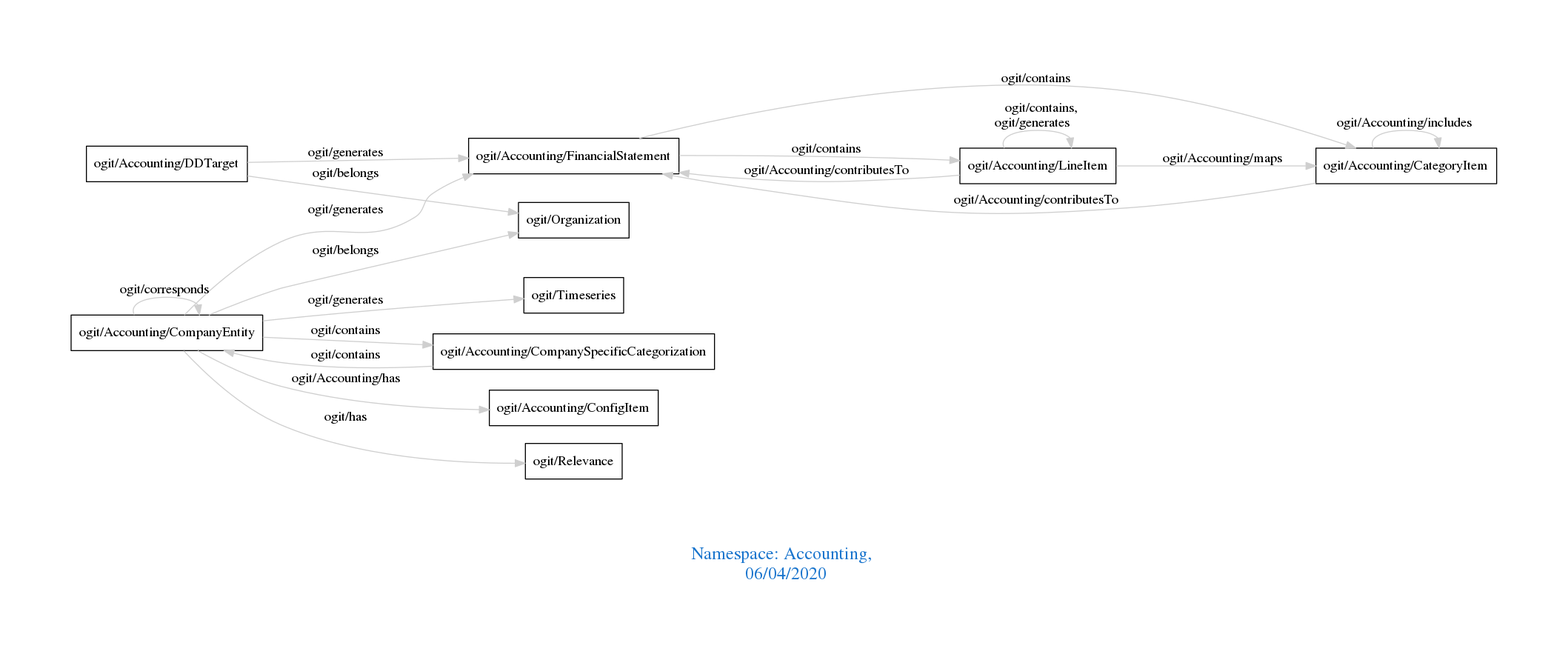
Above: downloads/Accounting.png in arago/OGIT (Graphviz), before the change. Its source is kept beside it as downloads/Accounting.dot.
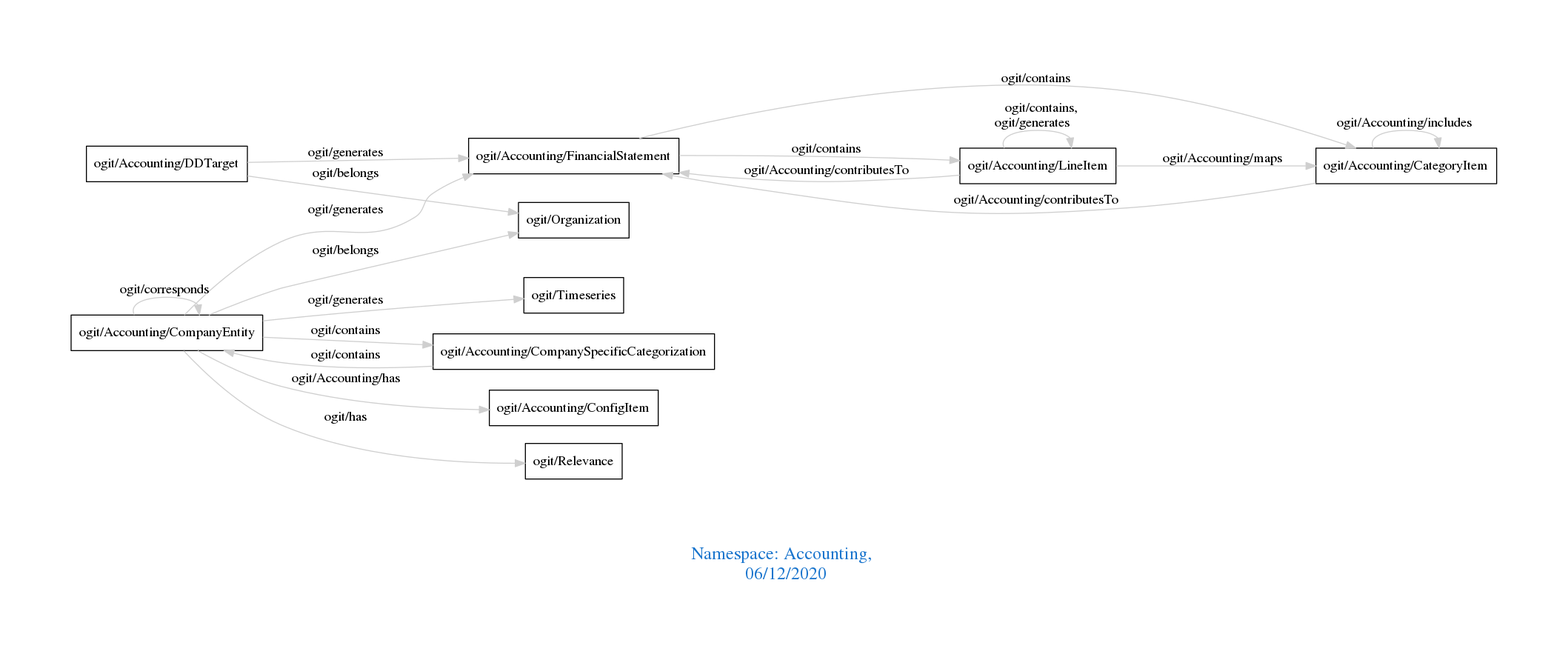
Later version of the same file.

Change to the diagram source:
```diff
@@ -1,7 +1,7 @@
 digraph OGIT_ontology {
  graph [ rankdir= LR,pad=1
 fontsize = 18,
-fontcolor= dodgerblue3,label = "\n\n\nNamespace: Accounting, \n 06/04/2020"];
+fontcolor= dodgerblue3,label = "\n\n\nNamespace: Accounting, \n 06/12/2020"];
 node[shape=polygon];
 edge [  color="gray81"];
 
```
